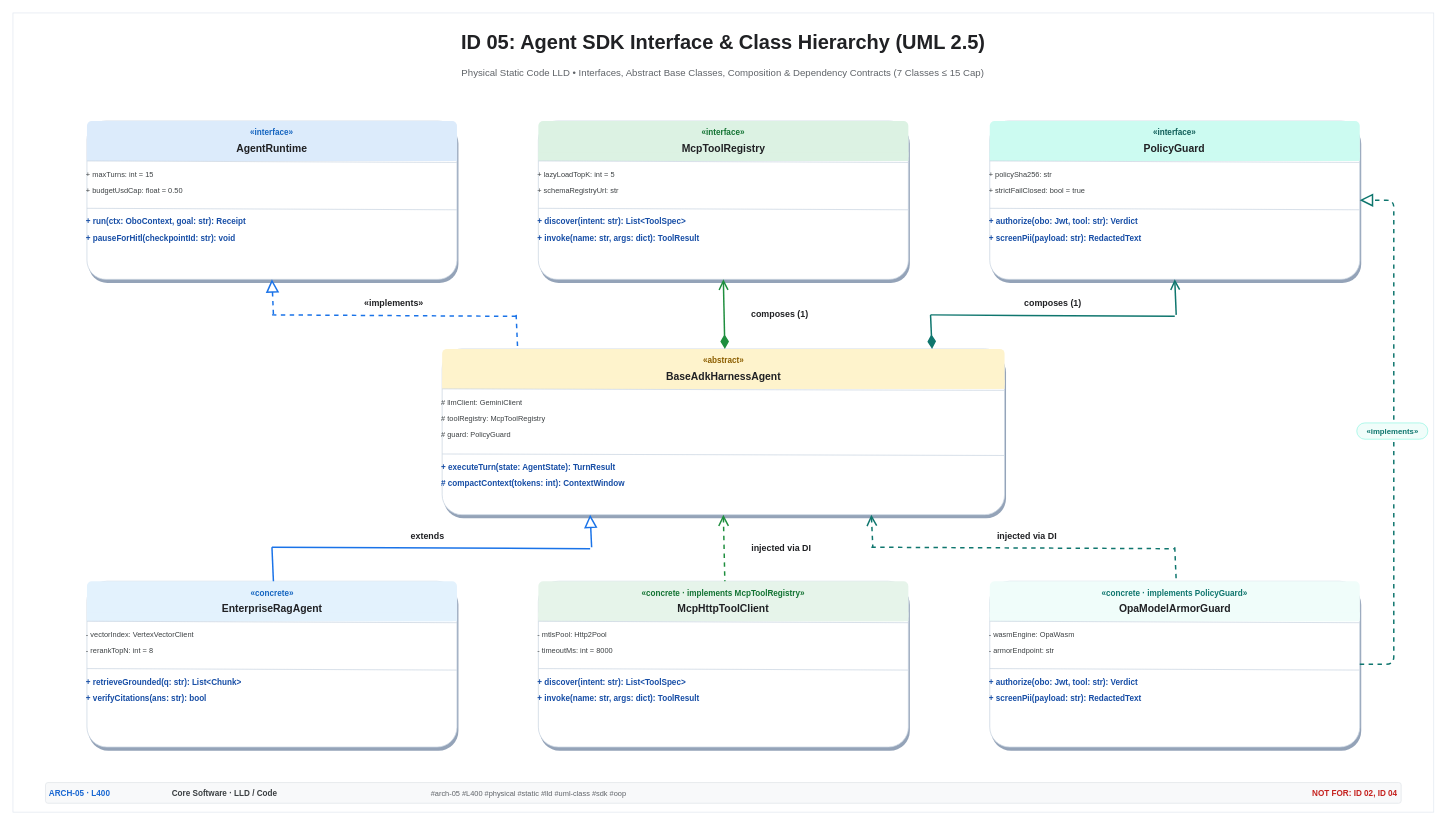
Earlier version of the draw.io diagram public/architecture-templates/xml/template_137.drawio (nitinaggarwal-12/PromptCanvas). Source tidied: cells renumbered, new cells numbered last; positions are measured from the earlier drawing's top-left corner, leaving out a move shared by most shapes. Both pictures are drawn from the tidied source at 74%, with x=0, y=0 at pixel (13, 13).
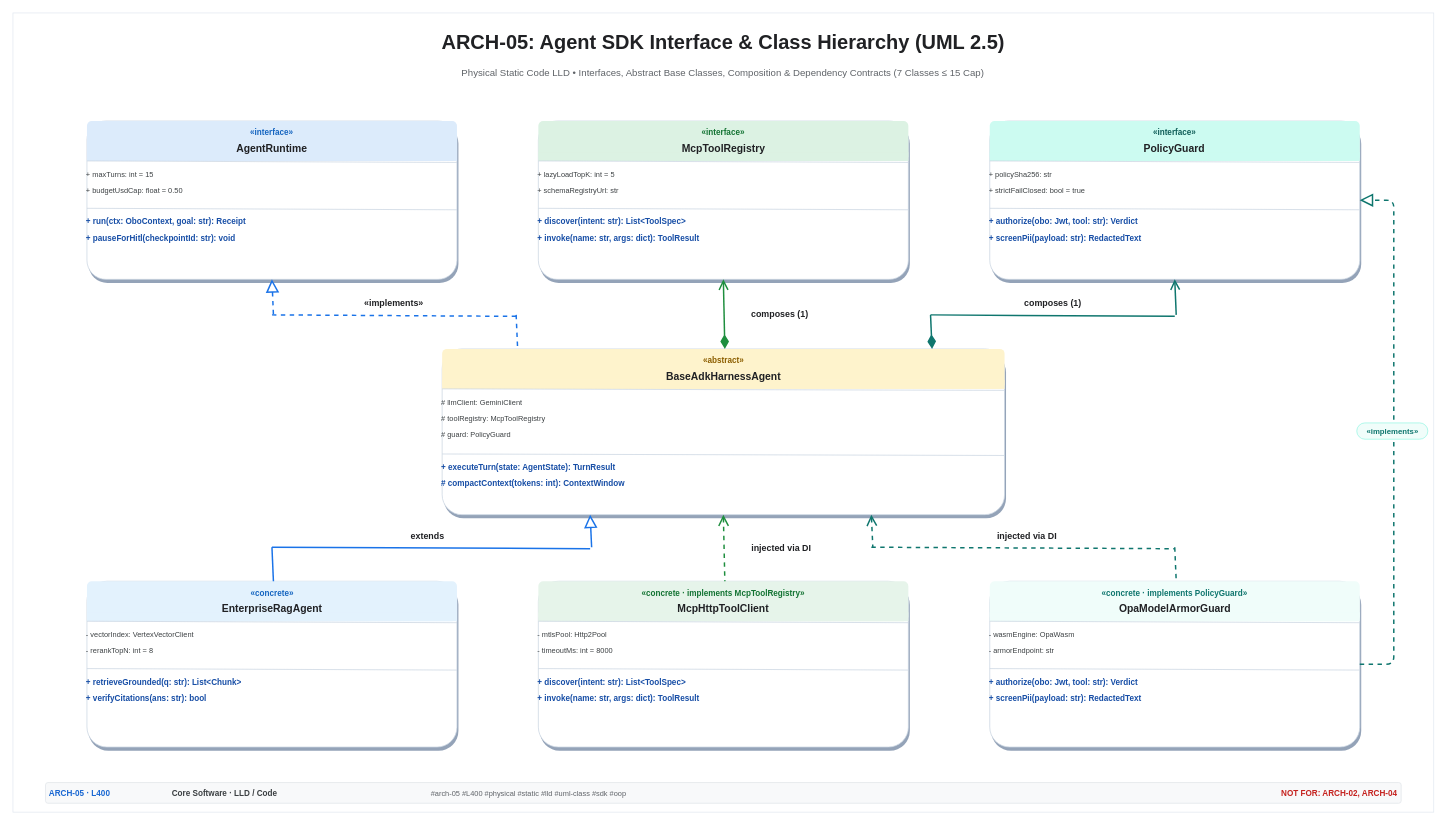
After the change.

The edit, as a diff of the source:
```diff
@@
-    <mxCell id="3" value="ID 05: Agent SDK Interface &amp; Class Hierarchy (UML 2.5)" style="text;html=1;whiteSpace=wrap;align=center;verticalAlign=middle;fontColor=#202124;fontSize=27;fontStyle=1;spacingLeft=2;spacingRight=2;" parent="1" vertex="1">
-      <mxGeometry x="321" y="20.5" width="1278" height="39" as="geometry" />
+    <mxCell id="3" value="ARCH-05: Agent SDK Interface &amp; Class Hierarchy (UML 2.5)" style="text;html=1;whiteSpace=wrap;align=center;verticalAlign=middle;fontColor=#202124;fontSize=27;fontStyle=1;spacingLeft=2;spacingRight=2;" parent="1" vertex="1">
+      <mxGeometry x="60" y="20.5" width="1800" height="39" as="geometry" />
     </mxCell>
@@
-    <mxCell id="120" value="NOT FOR: ID 02, ID 04" style="text;html=1;whiteSpace=wrap;align=right;verticalAlign=middle;fontColor=#C5221F;fontSize=11;fontStyle=1;spacingLeft=2;spacingRight=2;" parent="1" vertex="1">
-      <mxGeometry x="1670" y="1045.5" width="205" height="18" as="geometry" />
+    <mxCell id="120" value="NOT FOR: ARCH-02, ARCH-04" style="text;html=1;whiteSpace=wrap;align=right;verticalAlign=middle;fontColor=#C5221F;fontSize=11;fontStyle=1;spacingLeft=2;spacingRight=2;" parent="1" vertex="1">
+      <mxGeometry x="1616" y="1045.5" width="259" height="18" as="geometry" />
     </mxCell>
```
